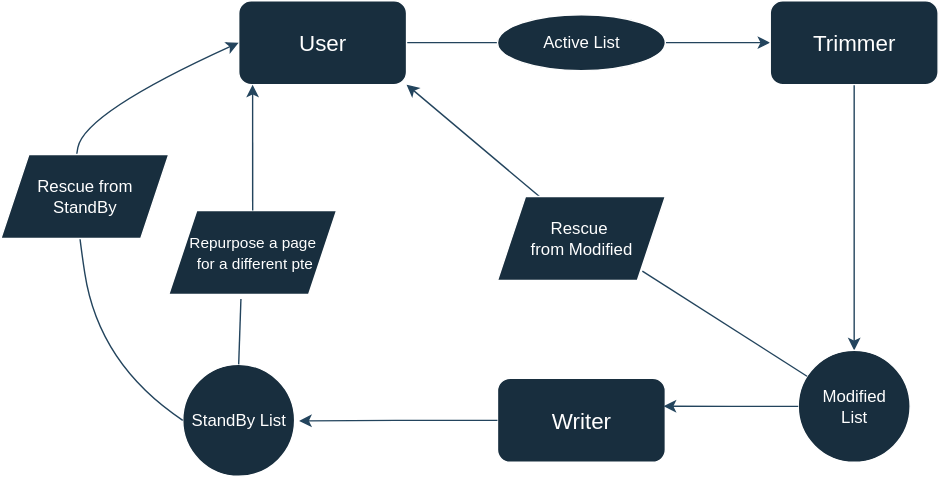
Above: images/figure1vector.svg in npersily3/vm (draw.io), before the change. Source tidied: cells renumbered, new cells last; positions are measured from the earlier drawing's top-left corner, leaving out a move shared by most shapes.
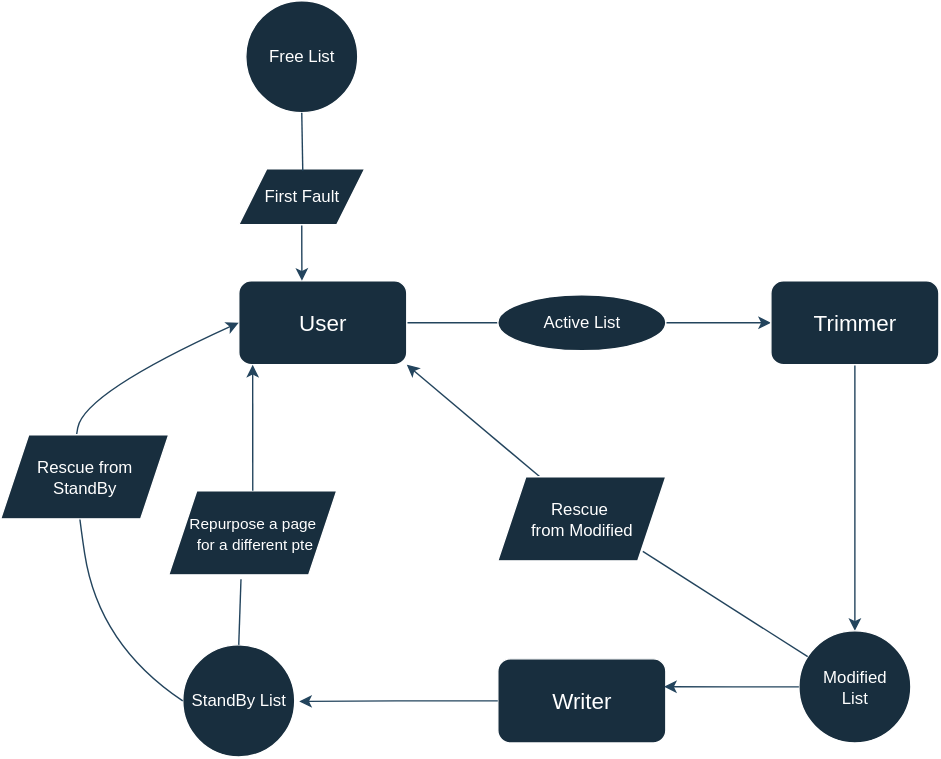
After the change.

Diff of the diagram source:
```diff
@@ -68,5 +68,17 @@
     <mxCell id="21" value="Rescue from&lt;div&gt;StandBy&lt;/div&gt;" style="shape=parallelogram;perimeter=parallelogramPerimeter;whiteSpace=wrap;html=1;fixedSize=1;strokeColor=#FFFFFF;fontColor=#FFFFFF;fillColor=#182E3E;" parent="1" vertex="1">
       <mxGeometry y="110" width="120" height="60" as="geometry" />
     </mxCell>
+    <mxCell id="22" value="Free List" style="ellipse;whiteSpace=wrap;html=1;strokeColor=#FFFFFF;fontColor=#FFFFFF;fillColor=#182E3E;" parent="1" vertex="1">
+      <mxGeometry x="175" y="-200" width="80" height="80" as="geometry" />
+    </mxCell>
+    <mxCell id="23" style="edgeStyle=orthogonalEdgeStyle;rounded=0;jettySize=auto;html=1;exitX=0.5;exitY=1;exitDx=0;exitDy=0;entryX=0.376;entryY=0;entryDx=0;entryDy=0;entryPerimeter=0;strokeColor=#23445D;" parent="1" edge="1" source="24" target="3">
+      <mxGeometry relative="1" as="geometry" />
+    </mxCell>
+    <mxCell id="24" value="First Fault" style="shape=parallelogram;perimeter=parallelogramPerimeter;whiteSpace=wrap;html=1;fixedSize=1;strokeColor=#FFFFFF;fontColor=#FFFFFF;fillColor=#182E3E;" parent="1" vertex="1">
+      <mxGeometry x="170" y="-80" width="90" height="40" as="geometry" />
+    </mxCell>
+    <mxCell id="25" style="endArrow=none;html=1;rounded=0;strokeColor=#23445D;entryX=0.5;entryY=1;entryDx=0;entryDy=0;exitX=0.508;exitY=0.037;exitDx=0;exitDy=0;exitPerimeter=0;" parent="1" edge="1" source="24" target="22">
+      <mxGeometry relative="1" as="geometry" />
+    </mxCell>
   </root>
 </mxGraphModel>
```
